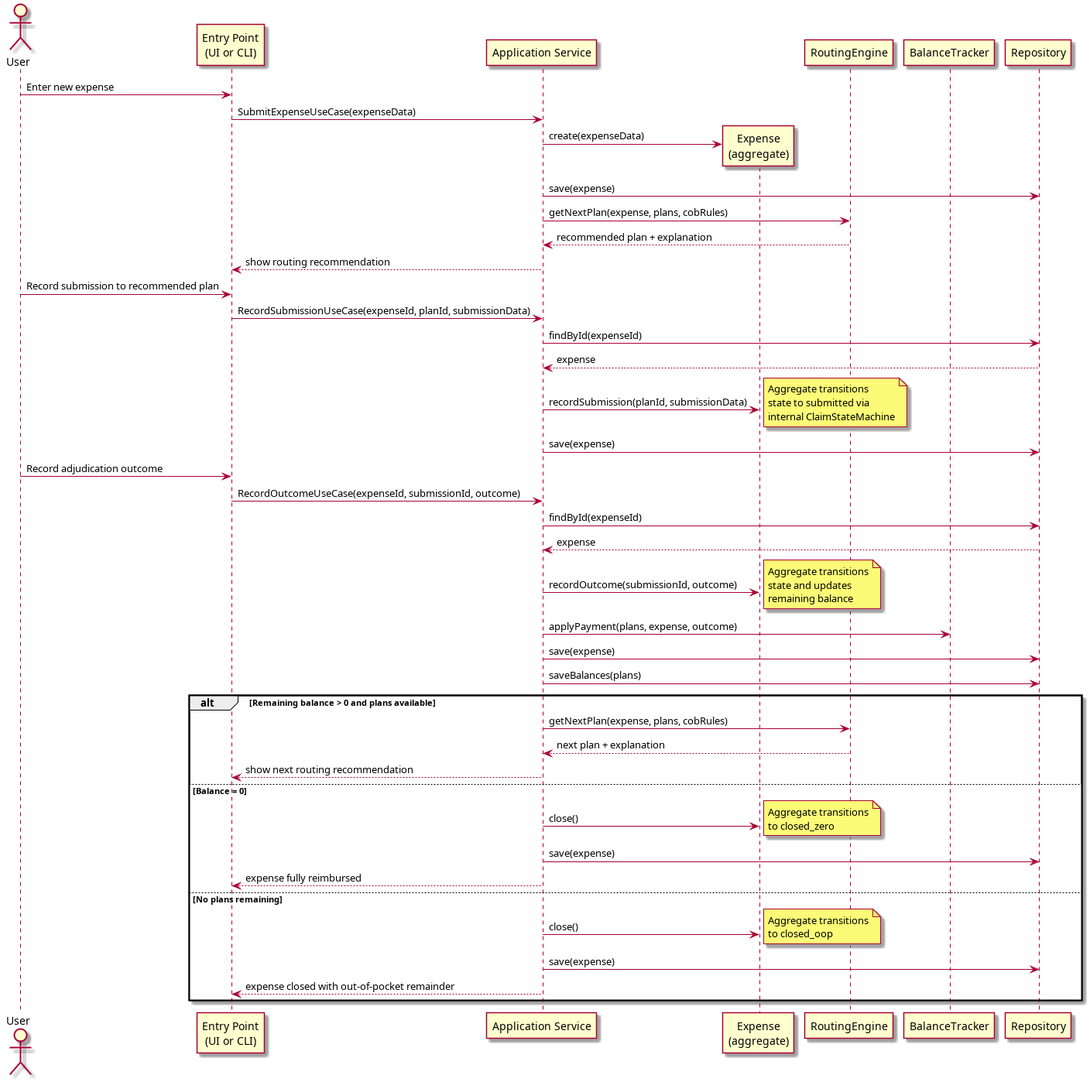
hallb/coordinate keeps this PlantUML diagram as docs/02-solution/diagrams/claim-lifecycle-sequence.png. Above is the earlier version. Source of this version:
```plantuml
@startuml diagrams/claim-lifecycle-sequence
actor User
participant "Entry Point\n(UI or CLI)" as UI
participant "Application Service" as AS
participant "Expense\n(aggregate)" as Exp
participant "RoutingEngine" as RE
participant "BalanceTracker" as BT
participant "Repository" as Repo

User -> UI: Enter new expense
UI -> AS: SubmitExpenseUseCase(expenseData)
AS -> Exp **: create(expenseData)
AS -> Repo: save(expense)
AS -> RE: getNextPlan(expense, plans, cobRules)
RE --> AS: recommended plan + explanation
AS --> UI: show routing recommendation

User -> UI: Record submission to recommended plan
UI -> AS: RecordSubmissionUseCase(expenseId, planId, submissionData)
AS -> Repo: findById(expenseId)
Repo --> AS: expense
AS -> Exp: recordSubmission(planId, submissionData)
note right: Aggregate transitions\nstate to submitted via\ninternal ClaimStateMachine
AS -> Repo: save(expense)

User -> UI: Record adjudication outcome
UI -> AS: RecordOutcomeUseCase(expenseId, submissionId, outcome)
AS -> Repo: findById(expenseId)
Repo --> AS: expense
AS -> Exp: recordOutcome(submissionId, outcome)
note right: Aggregate transitions\nstate and updates\nremaining balance
AS -> BT: applyPayment(plans, expense, outcome)
AS -> Repo: save(expense)
AS -> Repo: saveBalances(plans)

alt Remaining balance > 0 and plans available
    AS -> RE: getNextPlan(expense, plans, cobRules)
    RE --> AS: next plan + explanation
    AS --> UI: show next routing recommendation
else Balance = 0
    AS -> Exp: close()
    note right: Aggregate transitions\nto closed_zero
    AS -> Repo: save(expense)
    AS --> UI: expense fully reimbursed
else No plans remaining
    AS -> Exp: close()
    note right: Aggregate transitions\nto closed_oop
    AS -> Repo: save(expense)
    AS --> UI: expense closed with out-of-pocket remainder
end
@enduml
```
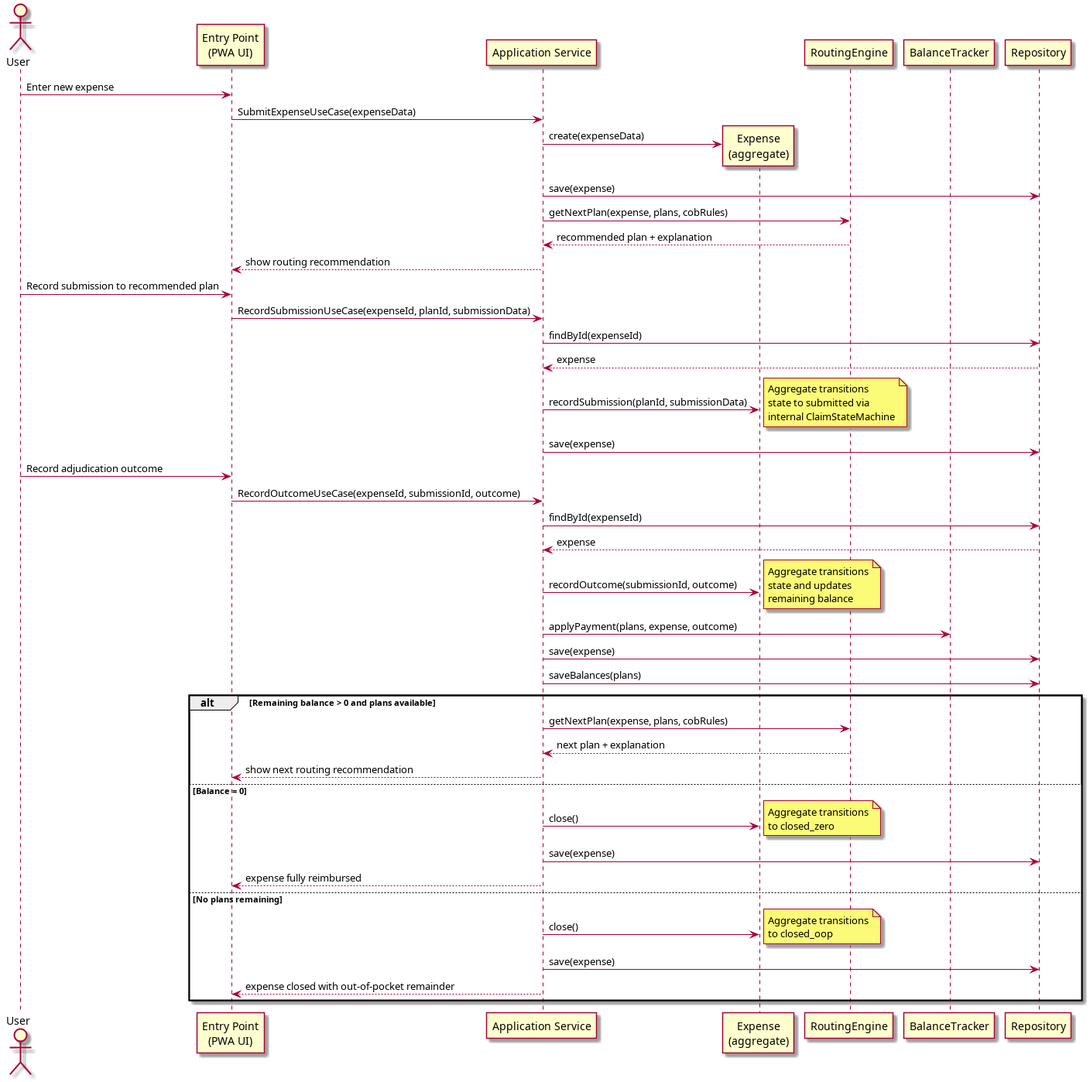
Later version of the same file.

The edit, as a diff of the source:
```diff
@@ -1,6 +1,6 @@
 @startuml diagrams/claim-lifecycle-sequence
 actor User
-participant "Entry Point\n(UI or CLI)" as UI
+participant "Entry Point\n(PWA UI)" as UI
 participant "Application Service" as AS
 participant "Expense\n(aggregate)" as Exp
 participant "RoutingEngine" as RE
```
